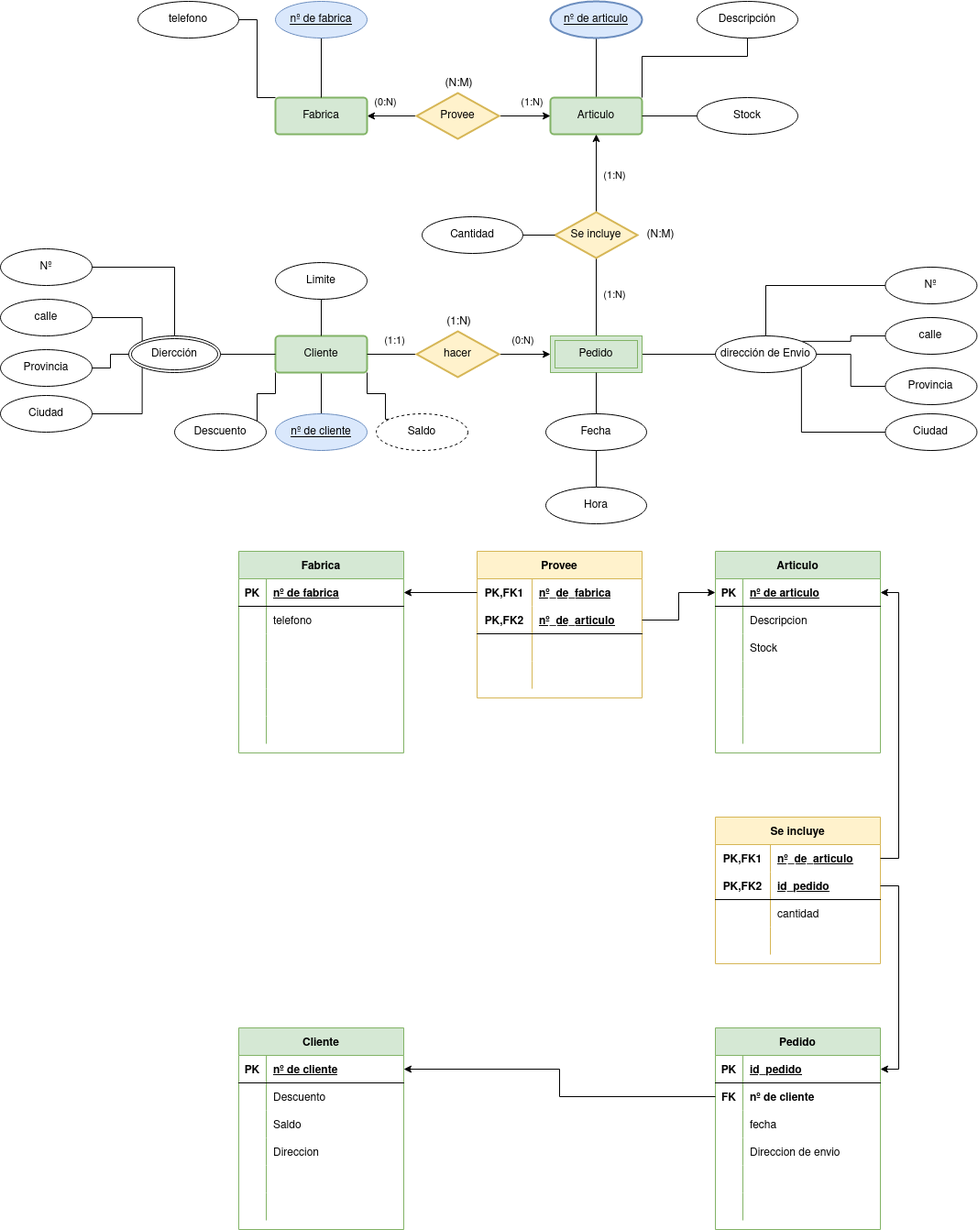
Before: tareas base de datos/Actividades_Esquemas/Actividades_Esquemas/ejercicio_3.drawio.png, a diagram exported from draw.io (Angel-L-G/Base-Datos). Source tidied: cells renumbered, new cells last; positions are measured from the earlier drawing's top-left corner, leaving out a move shared by most shapes.
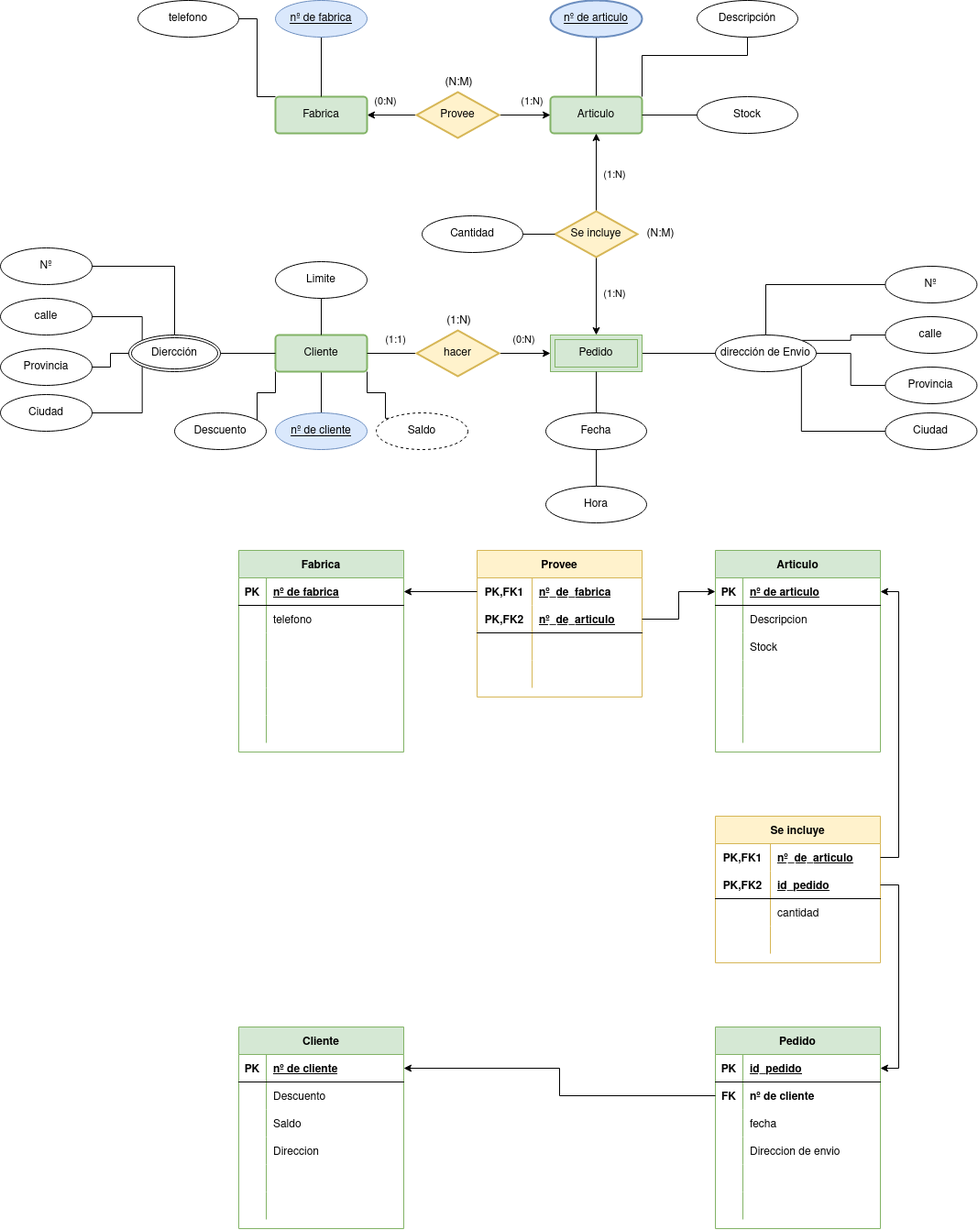
After the change.

Diff of the diagram source:
```diff
@@ -39,7 +39,7 @@
     <mxCell id="12" value="(1:N)" style="edgeStyle=orthogonalEdgeStyle;rounded=0;jettySize=auto;html=1;endArrow=classic;endFill=1;entryX=0.5;entryY=1;entryDx=0;entryDy=0;" parent="1" edge="1" source="14" target="5">
       <mxGeometry x="-0.06" y="-20" relative="1" as="geometry" />
     </mxCell>
-    <mxCell id="13" value="(1:N)" style="edgeStyle=orthogonalEdgeStyle;rounded=0;jettySize=auto;html=1;endArrow=none;endFill=0;entryX=0.5;entryY=0;entryDx=0;entryDy=0;" parent="1" edge="1" source="14" target="44">
+    <mxCell id="13" value="(1:N)" style="edgeStyle=orthogonalEdgeStyle;rounded=0;jettySize=auto;html=1;endArrow=classic;endFill=1;entryX=0.5;entryY=0;entryDx=0;entryDy=0;startArrow=none;startFill=0;" parent="1" edge="1" source="14" target="44">
       <mxGeometry x="-0.06" y="20" relative="1" as="geometry" />
     </mxCell>
     <mxCell id="14" value="Se incluye" style="shape=rhombus;perimeter=rhombusPerimeter;whiteSpace=wrap;html=1;align=center;strokeWidth=2;fillColor=#fff2cc;strokeColor=#d6b656;" parent="1" vertex="1">
```
